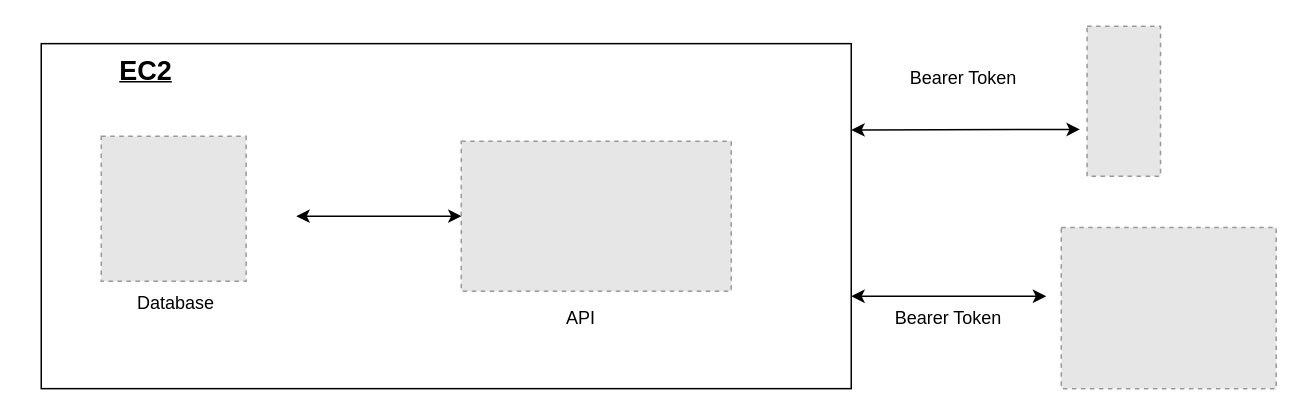
Before: WISH.drawio in jofan-cah/wish-api, a draw.io diagram. Source tidied: cells renumbered, new cells numbered last; positions are measured from the earlier drawing's top-left corner, leaving out a move shared by most shapes. Both pictures are drawn from the tidied source at 150%, with x=0, y=0 at pixel (26, 26). Pictures stored in the file or linked from it are replaced by grey dashed boxes.
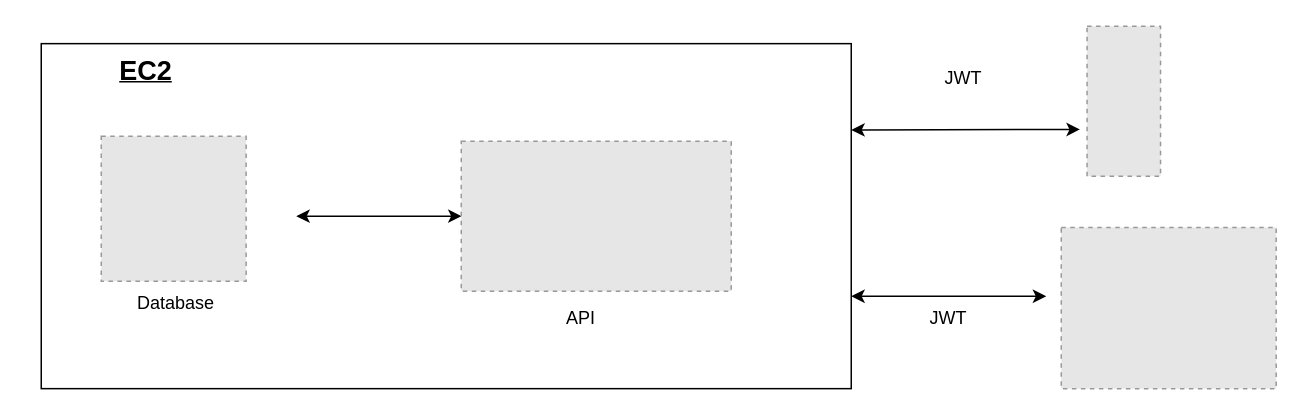
The same diagram, later.

What changed in the source:
```diff
@@
 <mxGraphModel>
   <root>
     <mxCell id="0" />
     <mxCell id="1" parent="0" />
     <mxCell id="2" style="rounded=0;whiteSpace=wrap;html=1;" parent="1" vertex="1">
       <mxGeometry x="10" y="11.6" width="540" height="230" as="geometry" />
     </mxCell>
     <mxCell id="3" style="fillColor=#E6E6E6;strokeColor=#999999;dashed=1;verticalLabelPosition=bottom;labelBackgroundColor=default;verticalAlign=top;" parent="1" vertex="1">
       <mxGeometry x="707.2" width="49" height="100" as="geometry" />
     </mxCell>
     <mxCell id="4" style="fillColor=#E6E6E6;strokeColor=#999999;dashed=1;verticalLabelPosition=bottom;labelBackgroundColor=default;verticalAlign=top;" parent="1" vertex="1">
       <mxGeometry x="690" y="134.1" width="143.3" height="107.5" as="geometry" />
     </mxCell>
     <mxCell id="5" value="&lt;h2&gt;&lt;u&gt;EC2&lt;/u&gt;&lt;/h2&gt;" style="text;html=1;strokeColor=none;fillColor=none;align=center;verticalAlign=middle;whiteSpace=wrap;rounded=0;strokeWidth=8;" parent="1" vertex="1">
       <mxGeometry y="10" width="160" height="40" as="geometry" />
     </mxCell>
     <mxCell id="6" value="API" style="text;html=1;strokeColor=none;fillColor=none;align=center;verticalAlign=middle;whiteSpace=wrap;rounded=0;" parent="1" vertex="1">
       <mxGeometry x="340" y="180" width="60" height="30" as="geometry" />
     </mxCell>
     <mxCell id="7" value="Database" style="text;html=1;strokeColor=none;fillColor=none;align=center;verticalAlign=middle;whiteSpace=wrap;rounded=0;" parent="1" vertex="1">
       <mxGeometry x="70" y="170" width="60" height="30" as="geometry" />
     </mxCell>
-    <mxCell id="8" value="Bearer Token" style="text;html=1;strokeColor=none;fillColor=none;align=center;verticalAlign=middle;whiteSpace=wrap;rounded=0;" parent="1" vertex="1">
+    <mxCell id="8" value="JWT" style="text;html=1;strokeColor=none;fillColor=none;align=center;verticalAlign=middle;whiteSpace=wrap;rounded=0;" parent="1" vertex="1">
       <mxGeometry x="570" y="180" width="90" height="30" as="geometry" />
     </mxCell>
-    <mxCell id="9" value="Bearer Token" style="text;html=1;strokeColor=none;fillColor=none;align=center;verticalAlign=middle;whiteSpace=wrap;rounded=0;" parent="1" vertex="1">
+    <mxCell id="9" value="JWT " style="text;html=1;strokeColor=none;fillColor=none;align=center;verticalAlign=middle;whiteSpace=wrap;rounded=0;" parent="1" vertex="1">
       <mxGeometry x="580" y="20" width="90" height="30" as="geometry" />
     </mxCell>
     <mxCell id="10" style="endArrow=classic;startArrow=classic;html=1;rounded=0;entryX=1;entryY=0.25;entryDx=0;entryDy=0;exitX=-0.097;exitY=0.688;exitDx=0;exitDy=0;exitPerimeter=0;" parent="1" edge="1" source="3" target="2">
       <mxGeometry relative="1" as="geometry" />
     </mxCell>
     <mxCell id="11" style="endArrow=classic;startArrow=classic;html=1;rounded=0;" parent="1" edge="1">
       <mxGeometry relative="1" as="geometry">
         <mxPoint x="550" y="180" as="sourcePoint" />
         <mxPoint x="680" y="180" as="targetPoint" />
       </mxGeometry>
     </mxCell>
     <mxCell id="12" style="endArrow=classic;startArrow=classic;html=1;rounded=0;exitX=1;exitY=0.5;exitDx=0;exitDy=0;entryX=0.519;entryY=0.5;entryDx=0;entryDy=0;entryPerimeter=0;" parent="1" edge="1" target="2">
       <mxGeometry relative="1" as="geometry">
         <mxPoint x="180" y="126.6" as="sourcePoint" />
       </mxGeometry>
     </mxCell>
     <mxCell id="13" style="fillColor=#E6E6E6;strokeColor=#999999;dashed=1;verticalLabelPosition=bottom;labelBackgroundColor=default;verticalAlign=top;" parent="1" vertex="1">
       <mxGeometry x="290" y="76.6" width="180" height="100" as="geometry" />
     </mxCell>
     <mxCell id="14" style="fillColor=#E6E6E6;strokeColor=#999999;dashed=1;verticalLabelPosition=bottom;labelBackgroundColor=default;verticalAlign=top;" parent="1" vertex="1">
       <mxGeometry x="50" y="73.4" width="96.6" height="96.6" as="geometry" />
     </mxCell>
   </root>
 </mxGraphModel>
```
